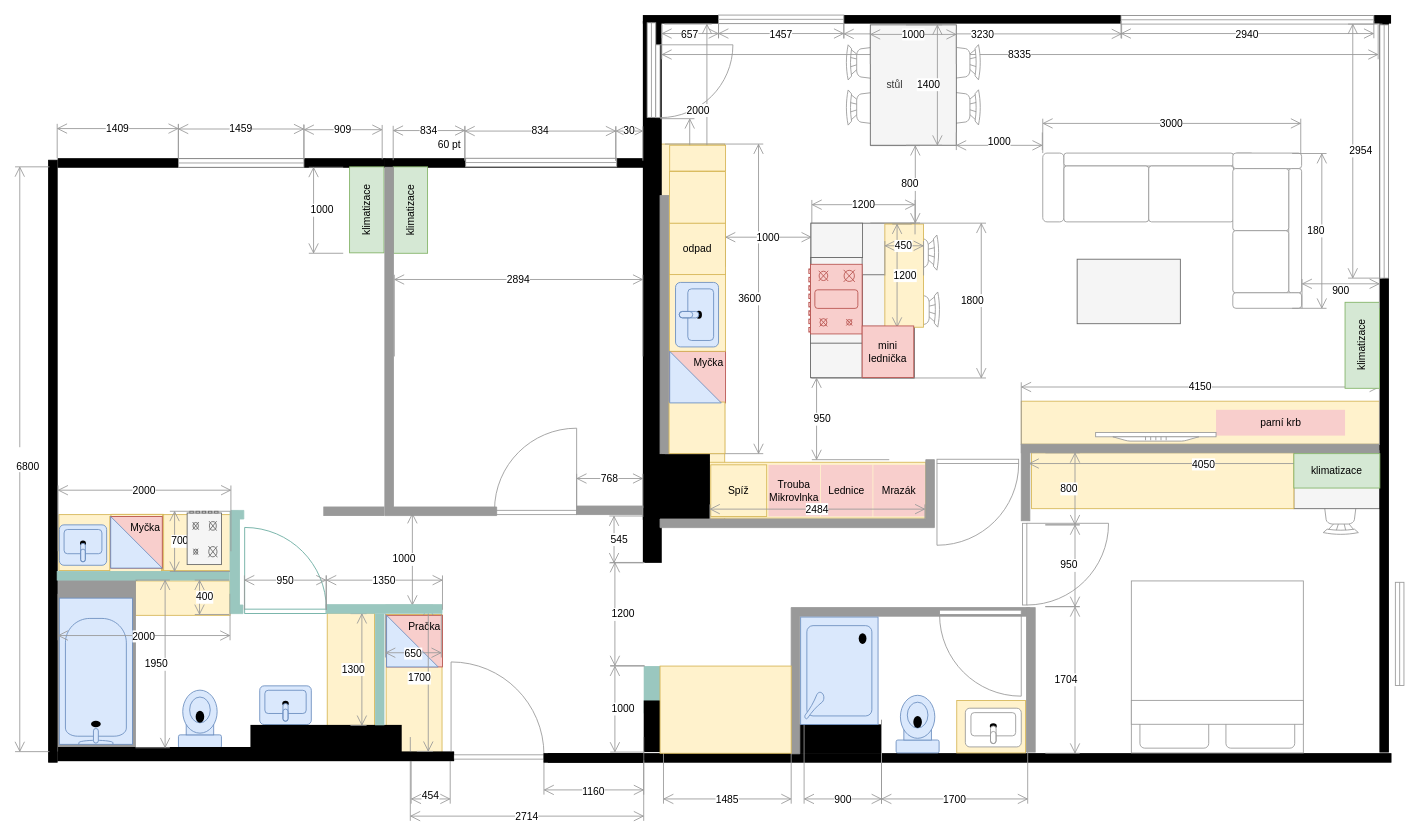
Earlier version of the draw.io diagram page "final" (1 of 2) of docs/src/static/drawings/floor-plan.furniched.drawio (surquest/flat-renovation). Source tidied: cells renumbered, new cells numbered last; positions are measured from the earlier drawing's top-left corner, leaving out a move shared by most shapes. Both pictures are drawn from the tidied source at 86%, with x=0, y=0 at pixel (15, 15).
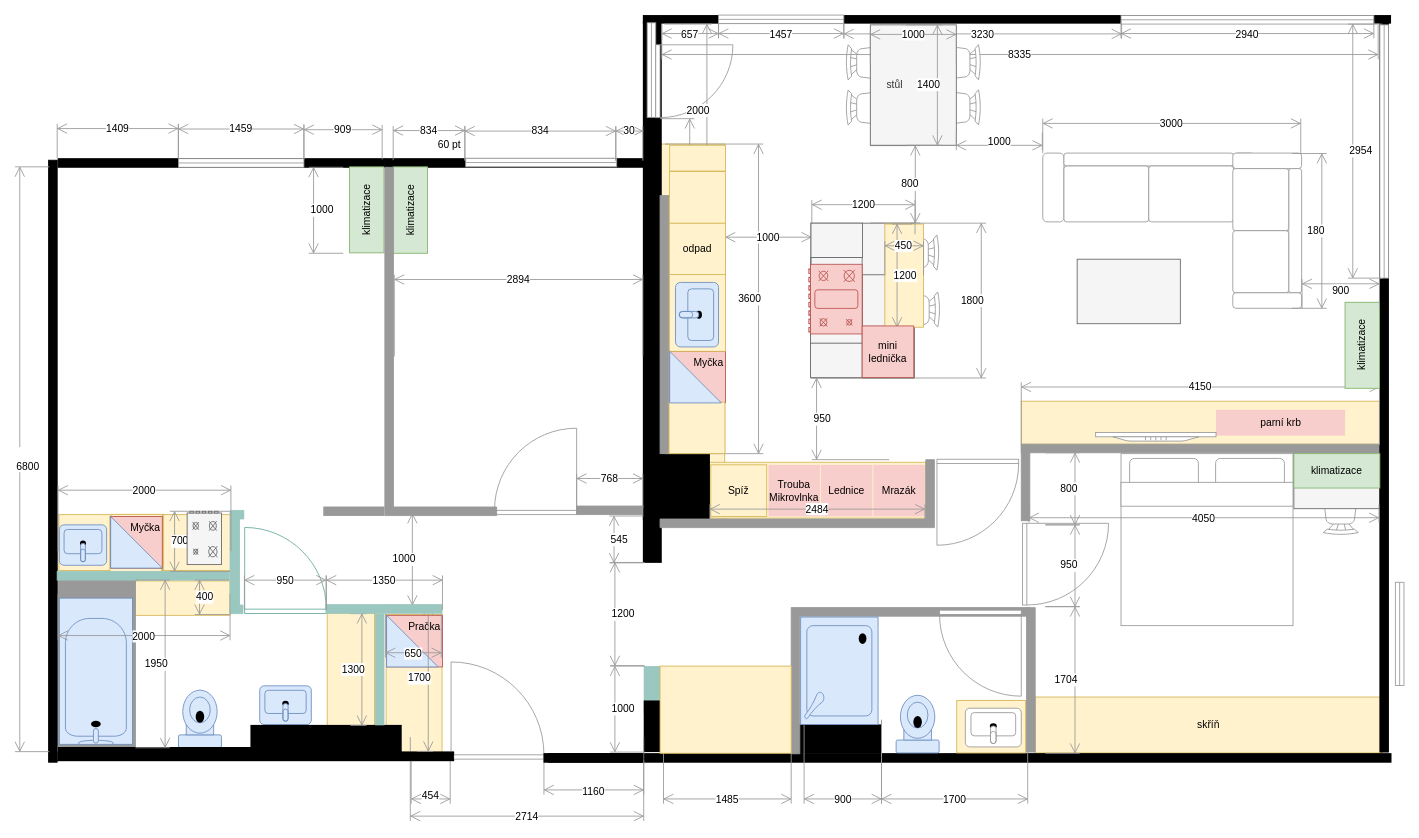
After the change.

Commit message:
Bedroom - reorganized

The edit, as a diff of the source:
```diff
@@
-    <mxCell id="27" style="rounded=0;whiteSpace=wrap;html=1;strokeColor=#d6b656;fillColor=#fff2cc;" parent="1" vertex="1">
-      <mxGeometry x="1182" y="509" width="305" height="65" as="geometry" />
+    <mxCell id="27" value="skříň" style="rounded=0;whiteSpace=wrap;html=1;strokeColor=#d6b656;fillColor=#fff2cc;" parent="1" vertex="1">
+      <mxGeometry x="1186.2" y="793" width="403.8" height="65" as="geometry" />
     </mxCell>
@@
-    <mxCell id="63" value="4050" style="shape=dimension;whiteSpace=wrap;html=1;align=center;verticalAlign=bottom;spacingBottom=-5;labelBackgroundColor=#ffffff;strokeColor=#999999;fillColor=#999999;" parent="1" vertex="1">
-      <mxGeometry x="1179" y="506" width="407" height="21" as="geometry" />
-    </mxCell>
@@
-    <mxCell id="99" style="verticalLabelPosition=bottom;html=1;verticalAlign=top;align=center;shape=mxgraph.floorplan.bed_double;strokeColor=#999999;fillColor=#FFFFFF;direction=west;" parent="1" vertex="1">
-      <mxGeometry x="1298" y="658" width="200" height="200" as="geometry" />
+    <mxCell id="99" style="verticalLabelPosition=bottom;html=1;verticalAlign=top;align=center;shape=mxgraph.floorplan.bed_double;strokeColor=#999999;fillColor=#FFFFFF;direction=east;" parent="1" vertex="1">
+      <mxGeometry x="1286" y="510" width="200" height="200" as="geometry" />
     </mxCell>
@@
+    <mxCell id="63" value="4050" style="shape=dimension;whiteSpace=wrap;html=1;align=center;verticalAlign=bottom;spacingBottom=-5;labelBackgroundColor=#ffffff;strokeColor=#999999;fillColor=#999999;" parent="1" vertex="1">
+      <mxGeometry x="1179" y="569" width="407" height="21" as="geometry" />
+    </mxCell>
```
